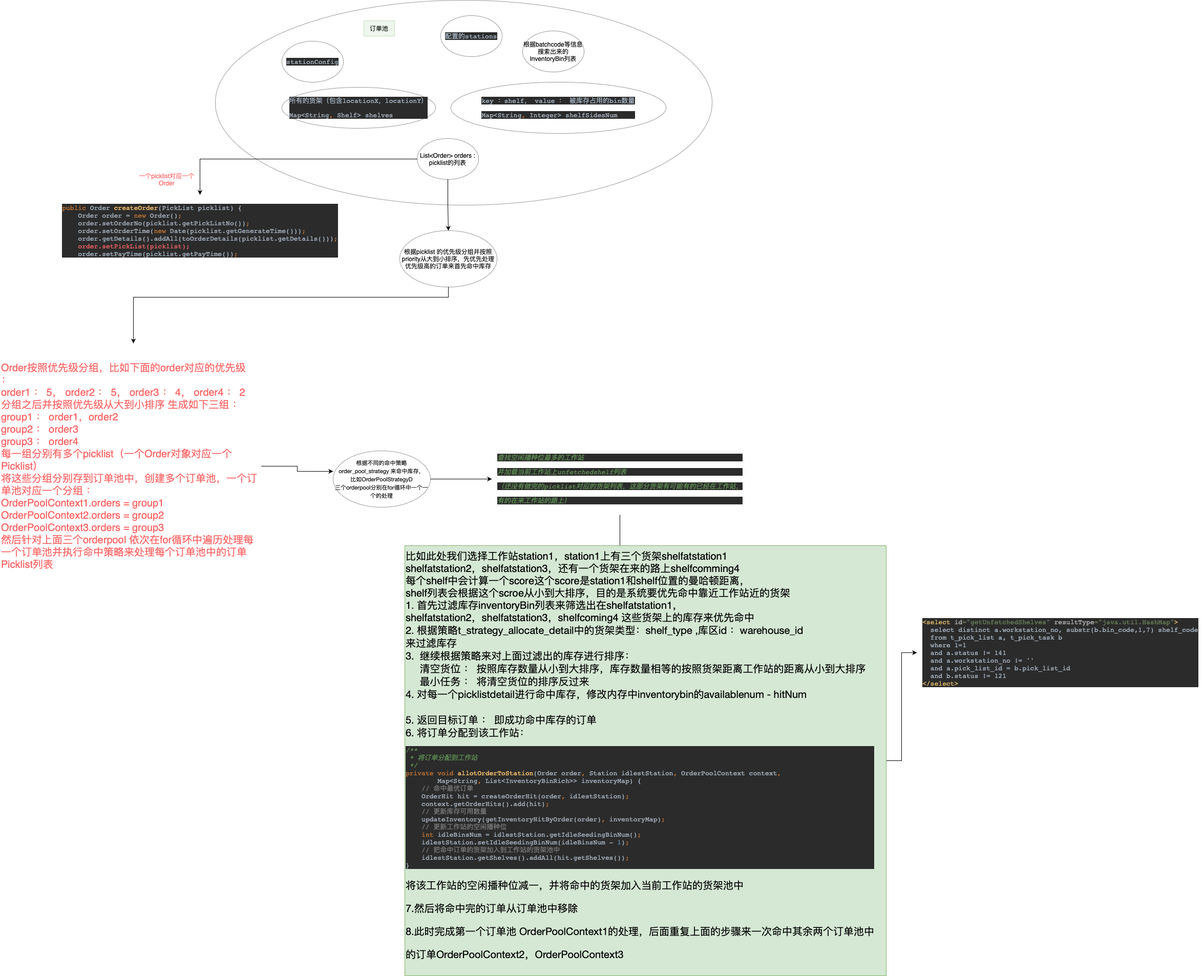
cong666/flow-chart keeps this draw.io diagram as 订单池-命中库存.drawio.png. Above is the earlier version. Source tidied: cells renumbered, new cells last; positions are measured from the earlier drawing's top-left corner, leaving out a move shared by most shapes.
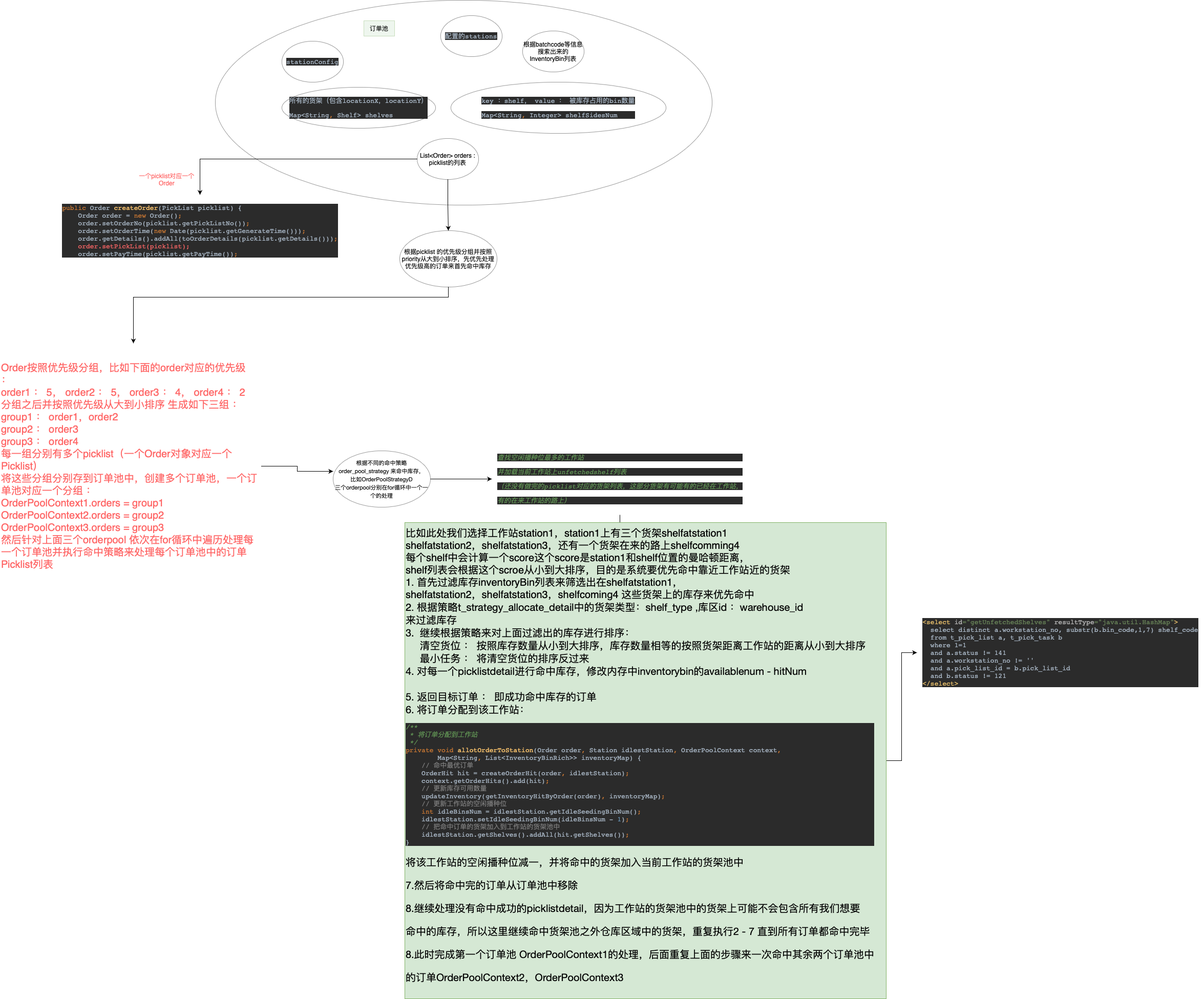
Later version of the same file.

Commit message:
更新订单池-命中库存.drawio.png

What changed in the source:
```diff
@@ -75,8 +75,8 @@
     <mxCell id="22" style="edgeStyle=orthogonalEdgeStyle;rounded=0;jettySize=auto;html=1;fontSize=20;fontColor=#FF6666;" parent="1" edge="1" source="23" target="24">
       <mxGeometry relative="1" as="geometry" />
     </mxCell>
-    <mxCell id="23" value="比如此处我们选择工作站station1，station1上有三个货架shelfatstation1&lt;br&gt;&lt;div style=&quot;&quot;&gt;shelfatstation2，shelfatstation3，还有一个货架在来的路上shelfcomming4&lt;/div&gt;&lt;div style=&quot;&quot;&gt;每个shelf中会计算一个score这个score是station1和shelf位置的曼哈顿距离，&lt;/div&gt;&lt;div style=&quot;&quot;&gt;shelf列表会根据这个scroe从小到大排序，目的是系统要优先命中靠近工作站近的货架&lt;/div&gt;&lt;div style=&quot;&quot;&gt;1. 首先过滤库存inventoryBin列表来筛选出在shelfatstation1，&lt;/div&gt;shelfatstation2，shelfatstation3，shelfcoming4 这些货架上的库存来优先命中&amp;nbsp;&lt;br&gt;&lt;font&gt;2. 根据策略&lt;span style=&quot;font-size: 20px; font-family: &amp;quot;Helvetica Neue&amp;quot;;&quot;&gt;&lt;font style=&quot;font-size: 20px;&quot;&gt;t_strategy_allocate_detail中的货架类型：shelf_type ,库区id ：warehouse_id&lt;br&gt;来过滤库存&lt;br&gt;3. &amp;nbsp;继续根据策略来对上面过滤出的库存进行排序：&lt;br&gt;&amp;nbsp; &amp;nbsp; &amp;nbsp;清空货位 ： 按照库存数量从小到大排序，库存数量相等的按照货架距离工作站的距离从小到大排序&lt;br&gt;&amp;nbsp; &amp;nbsp; &amp;nbsp;最小任务 ： 将清空货位的排序反过来&lt;br&gt;4. 对每一个picklistdetail进行命中库存，修改内存中inventorybin的availablenum - hitNum&lt;br&gt;&lt;br&gt;5. 返回目标订单 ： 即成功命中库存的订单&lt;br&gt;6. 将订单分配到该工作站：&lt;br&gt;&lt;/font&gt;&lt;/span&gt;&lt;pre style=&quot;font-size: 9.8pt; background-color: rgb(43, 43, 43); color: rgb(169, 183, 198); font-family: &amp;quot;JetBrains Mono&amp;quot;, monospace;&quot;&gt;&lt;span style=&quot;color: rgb(98, 151, 85); font-style: italic;&quot;&gt;/**&lt;br&gt;&lt;/span&gt;&lt;span style=&quot;color: rgb(98, 151, 85); font-style: italic;&quot;&gt; * 将订单分配到工作站&lt;br&gt;&lt;/span&gt;&lt;span style=&quot;color: rgb(98, 151, 85); font-style: italic;&quot;&gt; */&lt;br&gt;&lt;/span&gt;&lt;span style=&quot;color: rgb(204, 120, 50);&quot;&gt;private void &lt;/span&gt;&lt;span style=&quot;color: rgb(255, 198, 109);&quot;&gt;allotOrderToStation&lt;/span&gt;(Order order&lt;span style=&quot;color: rgb(204, 120, 50);&quot;&gt;, &lt;/span&gt;Station idlestStation&lt;span style=&quot;color: rgb(204, 120, 50);&quot;&gt;, &lt;/span&gt;OrderPoolContext context&lt;span style=&quot;color: rgb(204, 120, 50);&quot;&gt;,&lt;br&gt;&lt;/span&gt;&lt;span style=&quot;color: rgb(204, 120, 50);&quot;&gt;        &lt;/span&gt;Map&amp;lt;String&lt;span style=&quot;color: rgb(204, 120, 50);&quot;&gt;, &lt;/span&gt;List&amp;lt;InventoryBinRich&amp;gt;&amp;gt; inventoryMap) {&lt;br&gt;    &lt;span style=&quot;color: rgb(128, 128, 128);&quot;&gt;// 命中最优订单&lt;br&gt;&lt;/span&gt;&lt;span style=&quot;color: rgb(128, 128, 128);&quot;&gt;    &lt;/span&gt;OrderHit hit = createOrderHit(order&lt;span style=&quot;color: rgb(204, 120, 50);&quot;&gt;, &lt;/span&gt;idlestStation)&lt;span style=&quot;color: rgb(204, 120, 50);&quot;&gt;;&lt;br&gt;&lt;/span&gt;&lt;span style=&quot;color: rgb(204, 120, 50);&quot;&gt;    &lt;/span&gt;context.getOrderHits().add(hit)&lt;span style=&quot;color: rgb(204, 120, 50);&quot;&gt;;&lt;br&gt;&lt;/span&gt;&lt;span style=&quot;color: rgb(204, 120, 50);&quot;&gt;    &lt;/span&gt;&lt;span style=&quot;color: rgb(128, 128, 128);&quot;&gt;// 更新库存可用数量&lt;br&gt;&lt;/span&gt;&lt;span style=&quot;color: rgb(128, 128, 128);&quot;&gt;    &lt;/span&gt;updateInventory(getInventoryHitByOrder(order)&lt;span style=&quot;color: rgb(204, 120, 50);&quot;&gt;, &lt;/span&gt;inventoryMap)&lt;span style=&quot;color: rgb(204, 120, 50);&quot;&gt;;&lt;br&gt;&lt;/span&gt;&lt;span style=&quot;color: rgb(204, 120, 50);&quot;&gt;    &lt;/span&gt;&lt;span style=&quot;color: rgb(128, 128, 128);&quot;&gt;// 更新工作站的空闲播种位&lt;br&gt;&lt;/span&gt;&lt;span style=&quot;color: rgb(128, 128, 128);&quot;&gt;    &lt;/span&gt;&lt;span style=&quot;color: rgb(204, 120, 50);&quot;&gt;int &lt;/span&gt;idleBinsNum = idlestStation.getIdleSeedingBinNum()&lt;span style=&quot;color: rgb(204, 120, 50);&quot;&gt;;&lt;br&gt;&lt;/span&gt;&lt;span style=&quot;color: rgb(204, 120, 50);&quot;&gt;    &lt;/span&gt;idlestStation.setIdleSeedingBinNum(idleBinsNum - &lt;span style=&quot;color: rgb(104, 151, 187);&quot;&gt;1&lt;/span&gt;)&lt;span style=&quot;color: rgb(204, 120, 50);&quot;&gt;;&lt;br&gt;&lt;/span&gt;&lt;span style=&quot;color: rgb(204, 120, 50);&quot;&gt;    &lt;/span&gt;&lt;span style=&quot;color: rgb(128, 128, 128);&quot;&gt;// 把命中订单的货架加入到工作站的货架池中&lt;br&gt;&lt;/span&gt;&lt;span style=&quot;color: rgb(128, 128, 128);&quot;&gt;    &lt;/span&gt;idlestStation.getShelves().addAll(hit.getShelves())&lt;span style=&quot;color: rgb(204, 120, 50);&quot;&gt;;&lt;br&gt;&lt;/span&gt;}&lt;/pre&gt;&lt;pre&gt;&lt;font face=&quot;Helvetica Neue&quot;&gt;将该工作站的空闲播种位减一，并将命中的货架加入当前工作站的货架池中&lt;/font&gt;&lt;/pre&gt;&lt;pre&gt;&lt;font face=&quot;Helvetica Neue&quot;&gt;7.然后将命中完的订单从订单池中移除&lt;/font&gt;&lt;/pre&gt;&lt;pre&gt;&lt;font face=&quot;Helvetica Neue&quot;&gt;8.此时完成第一个订单池 OrderPoolContext1的处理，后面重复上面的步骤来一次命中其余两个订单池中&lt;/font&gt;&lt;/pre&gt;&lt;pre&gt;&lt;font face=&quot;Helvetica Neue&quot;&gt;的订单&lt;/font&gt;&lt;span style=&quot;font-family: &amp;quot;Helvetica Neue&amp;quot;;&quot;&gt;OrderPoolContext2，&lt;/span&gt;&lt;span style=&quot;font-family: &amp;quot;Helvetica Neue&amp;quot;;&quot;&gt;OrderPoolContext3&lt;/span&gt;&lt;/pre&gt;&lt;/font&gt;" style="text;html=1;align=left;verticalAlign=middle;points=[];strokeColor=#82b366;fillColor=#d5e8d4;fontSize=20;" parent="1" vertex="1">
-      <mxGeometry x="790" y="1065" width="940" height="840" as="geometry" />
+    <mxCell id="23" value="比如此处我们选择工作站station1，station1上有三个货架shelfatstation1&lt;br&gt;&lt;div style=&quot;&quot;&gt;shelfatstation2，shelfatstation3，还有一个货架在来的路上shelfcomming4&lt;/div&gt;&lt;div style=&quot;&quot;&gt;每个shelf中会计算一个score这个score是station1和shelf位置的曼哈顿距离，&lt;/div&gt;&lt;div style=&quot;&quot;&gt;shelf列表会根据这个scroe从小到大排序，目的是系统要优先命中靠近工作站近的货架&lt;/div&gt;&lt;div style=&quot;&quot;&gt;1. 首先过滤库存inventoryBin列表来筛选出在shelfatstation1，&lt;/div&gt;shelfatstation2，shelfatstation3，shelfcoming4 这些货架上的库存来优先命中&amp;nbsp;&lt;br&gt;&lt;font&gt;2. 根据策略&lt;span style=&quot;font-size: 20px; font-family: &amp;quot;Helvetica Neue&amp;quot;;&quot;&gt;&lt;font style=&quot;font-size: 20px;&quot;&gt;t_strategy_allocate_detail中的货架类型：shelf_type ,库区id ：warehouse_id&lt;br&gt;来过滤库存&lt;br&gt;3. &amp;nbsp;继续根据策略来对上面过滤出的库存进行排序：&lt;br&gt;&amp;nbsp; &amp;nbsp; &amp;nbsp;清空货位 ： 按照库存数量从小到大排序，库存数量相等的按照货架距离工作站的距离从小到大排序&lt;br&gt;&amp;nbsp; &amp;nbsp; &amp;nbsp;最小任务 ： 将清空货位的排序反过来&lt;br&gt;4. 对每一个picklistdetail进行命中库存，修改内存中inventorybin的availablenum - hitNum&lt;br&gt;&lt;br&gt;5. 返回目标订单 ： 即成功命中库存的订单&lt;br&gt;6. 将订单分配到该工作站：&lt;br&gt;&lt;/font&gt;&lt;/span&gt;&lt;pre style=&quot;font-size: 9.8pt; background-color: rgb(43, 43, 43); color: rgb(169, 183, 198); font-family: &amp;quot;JetBrains Mono&amp;quot;, monospace;&quot;&gt;&lt;span style=&quot;color: rgb(98, 151, 85); font-style: italic;&quot;&gt;/**&lt;br&gt;&lt;/span&gt;&lt;span style=&quot;color: rgb(98, 151, 85); font-style: italic;&quot;&gt; * 将订单分配到工作站&lt;br&gt;&lt;/span&gt;&lt;span style=&quot;color: rgb(98, 151, 85); font-style: italic;&quot;&gt; */&lt;br&gt;&lt;/span&gt;&lt;span style=&quot;color: rgb(204, 120, 50);&quot;&gt;private void &lt;/span&gt;&lt;span style=&quot;color: rgb(255, 198, 109);&quot;&gt;allotOrderToStation&lt;/span&gt;(Order order&lt;span style=&quot;color: rgb(204, 120, 50);&quot;&gt;, &lt;/span&gt;Station idlestStation&lt;span style=&quot;color: rgb(204, 120, 50);&quot;&gt;, &lt;/span&gt;OrderPoolContext context&lt;span style=&quot;color: rgb(204, 120, 50);&quot;&gt;,&lt;br&gt;&lt;/span&gt;&lt;span style=&quot;color: rgb(204, 120, 50);&quot;&gt;        &lt;/span&gt;Map&amp;lt;String&lt;span style=&quot;color: rgb(204, 120, 50);&quot;&gt;, &lt;/span&gt;List&amp;lt;InventoryBinRich&amp;gt;&amp;gt; inventoryMap) {&lt;br&gt;    &lt;span style=&quot;color: rgb(128, 128, 128);&quot;&gt;// 命中最优订单&lt;br&gt;&lt;/span&gt;&lt;span style=&quot;color: rgb(128, 128, 128);&quot;&gt;    &lt;/span&gt;OrderHit hit = createOrderHit(order&lt;span style=&quot;color: rgb(204, 120, 50);&quot;&gt;, &lt;/span&gt;idlestStation)&lt;span style=&quot;color: rgb(204, 120, 50);&quot;&gt;;&lt;br&gt;&lt;/span&gt;&lt;span style=&quot;color: rgb(204, 120, 50);&quot;&gt;    &lt;/span&gt;context.getOrderHits().add(hit)&lt;span style=&quot;color: rgb(204, 120, 50);&quot;&gt;;&lt;br&gt;&lt;/span&gt;&lt;span style=&quot;color: rgb(204, 120, 50);&quot;&gt;    &lt;/span&gt;&lt;span style=&quot;color: rgb(128, 128, 128);&quot;&gt;// 更新库存可用数量&lt;br&gt;&lt;/span&gt;&lt;span style=&quot;color: rgb(128, 128, 128);&quot;&gt;    &lt;/span&gt;updateInventory(getInventoryHitByOrder(order)&lt;span style=&quot;color: rgb(204, 120, 50);&quot;&gt;, &lt;/span&gt;inventoryMap)&lt;span style=&quot;color: rgb(204, 120, 50);&quot;&gt;;&lt;br&gt;&lt;/span&gt;&lt;span style=&quot;color: rgb(204, 120, 50);&quot;&gt;    &lt;/span&gt;&lt;span style=&quot;color: rgb(128, 128, 128);&quot;&gt;// 更新工作站的空闲播种位&lt;br&gt;&lt;/span&gt;&lt;span style=&quot;color: rgb(128, 128, 128);&quot;&gt;    &lt;/span&gt;&lt;span style=&quot;color: rgb(204, 120, 50);&quot;&gt;int &lt;/span&gt;idleBinsNum = idlestStation.getIdleSeedingBinNum()&lt;span style=&quot;color: rgb(204, 120, 50);&quot;&gt;;&lt;br&gt;&lt;/span&gt;&lt;span style=&quot;color: rgb(204, 120, 50);&quot;&gt;    &lt;/span&gt;idlestStation.setIdleSeedingBinNum(idleBinsNum - &lt;span style=&quot;color: rgb(104, 151, 187);&quot;&gt;1&lt;/span&gt;)&lt;span style=&quot;color: rgb(204, 120, 50);&quot;&gt;;&lt;br&gt;&lt;/span&gt;&lt;span style=&quot;color: rgb(204, 120, 50);&quot;&gt;    &lt;/span&gt;&lt;span style=&quot;color: rgb(128, 128, 128);&quot;&gt;// 把命中订单的货架加入到工作站的货架池中&lt;br&gt;&lt;/span&gt;&lt;span style=&quot;color: rgb(128, 128, 128);&quot;&gt;    &lt;/span&gt;idlestStation.getShelves().addAll(hit.getShelves())&lt;span style=&quot;color: rgb(204, 120, 50);&quot;&gt;;&lt;br&gt;&lt;/span&gt;}&lt;/pre&gt;&lt;pre&gt;&lt;font face=&quot;Helvetica Neue&quot;&gt;将该工作站的空闲播种位减一，并将命中的货架加入当前工作站的货架池中&lt;/font&gt;&lt;/pre&gt;&lt;pre&gt;&lt;font face=&quot;Helvetica Neue&quot;&gt;7.然后将命中完的订单从订单池中移除&lt;/font&gt;&lt;/pre&gt;&lt;pre&gt;&lt;font face=&quot;Helvetica Neue&quot;&gt;8.继续处理没有命中成功的picklistdetail，因为工作站的货架池中的货架上可能不会包含所有我们想要&lt;/font&gt;&lt;/pre&gt;&lt;pre&gt;&lt;font face=&quot;Helvetica Neue&quot;&gt;命中的库存，所以这里继续命中货架池之外仓库区域中的货架，重复执行2 - 7 直到所有订单都命中完毕&lt;/font&gt;&lt;/pre&gt;&lt;pre&gt;&lt;font face=&quot;Helvetica Neue&quot;&gt;8.此时完成第一个订单池 OrderPoolContext1的处理，后面重复上面的步骤来一次命中其余两个订单池中&lt;/font&gt;&lt;/pre&gt;&lt;pre&gt;&lt;font face=&quot;Helvetica Neue&quot;&gt;的订单&lt;/font&gt;&lt;span style=&quot;font-family: &amp;quot;Helvetica Neue&amp;quot;;&quot;&gt;OrderPoolContext2，&lt;/span&gt;&lt;span style=&quot;font-family: &amp;quot;Helvetica Neue&amp;quot;;&quot;&gt;OrderPoolContext3&lt;/span&gt;&lt;/pre&gt;&lt;/font&gt;" style="text;html=1;align=left;verticalAlign=middle;points=[];strokeColor=#82b366;fillColor=#d5e8d4;fontSize=20;" parent="1" vertex="1">
+      <mxGeometry x="790" y="1020" width="940" height="930" as="geometry" />
     </mxCell>
     <mxCell id="24" value="&lt;pre style=&quot;text-align: start; background-color: rgb(43, 43, 43); color: rgb(169, 183, 198); font-family: &amp;quot;JetBrains Mono&amp;quot;, monospace; font-size: 9.8pt;&quot;&gt;&lt;span style=&quot;color: rgb(232, 191, 106);&quot;&gt;&amp;lt;select &lt;/span&gt;&lt;span style=&quot;color: rgb(186, 186, 186);&quot;&gt;id&lt;/span&gt;&lt;span style=&quot;color: rgb(106, 135, 89);&quot;&gt;=&quot;getUnfetchedShelves&quot; &lt;/span&gt;&lt;span style=&quot;color: rgb(186, 186, 186);&quot;&gt;resultType&lt;/span&gt;&lt;span style=&quot;color: rgb(106, 135, 89);&quot;&gt;=&quot;java.util.HashMap&quot;&lt;/span&gt;&lt;span style=&quot;color: rgb(232, 191, 106);&quot;&gt;&amp;gt;&lt;br&gt;&lt;/span&gt;&lt;span style=&quot;color: rgb(232, 191, 106);&quot;&gt;  &lt;/span&gt;select distinct a.workstation_no, substr(b.bin_code,1,7) shelf_code&lt;br&gt;  from t_pick_list a, t_pick_task b&lt;br&gt;  where 1=1&lt;br&gt;  and a.status != 141&lt;br&gt;  and a.workstation_no != ''&lt;br&gt;  and a.pick_list_id = b.pick_list_id&lt;br&gt;  and b.status != 121&lt;br&gt;&lt;span style=&quot;color: rgb(232, 191, 106);&quot;&gt;&amp;lt;/select&amp;gt;&lt;/span&gt;&lt;/pre&gt;" style="text;html=1;align=center;verticalAlign=middle;points=[];strokeColor=none;fillColor=none;fontSize=20;fontColor=#FF6666;" parent="1" vertex="1">
       <mxGeometry x="1790" y="1189" width="560" height="170" as="geometry" />
```
